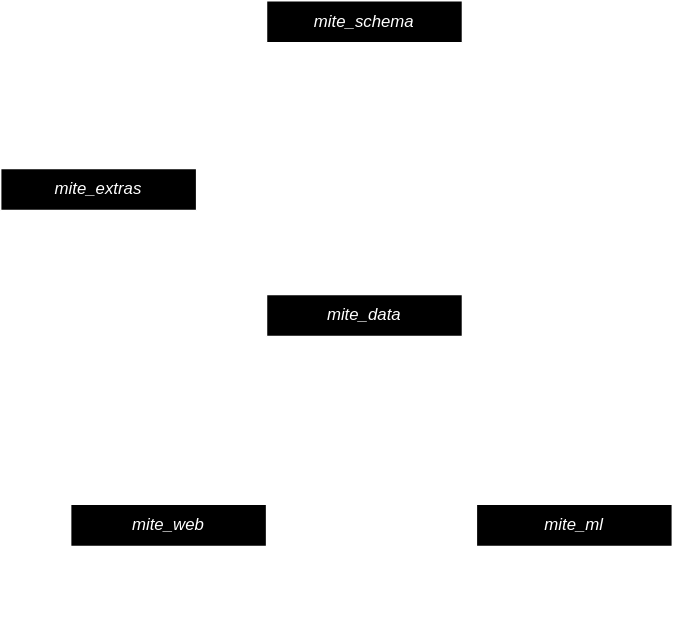
Before: profile/mite_standard_repo_dependency_graph.drawio.svg, a diagram exported from draw.io (mite-standard/.github). Source tidied: cells renumbered, new cells last; positions are measured from the earlier drawing's top-left corner, leaving out a move shared by most shapes.
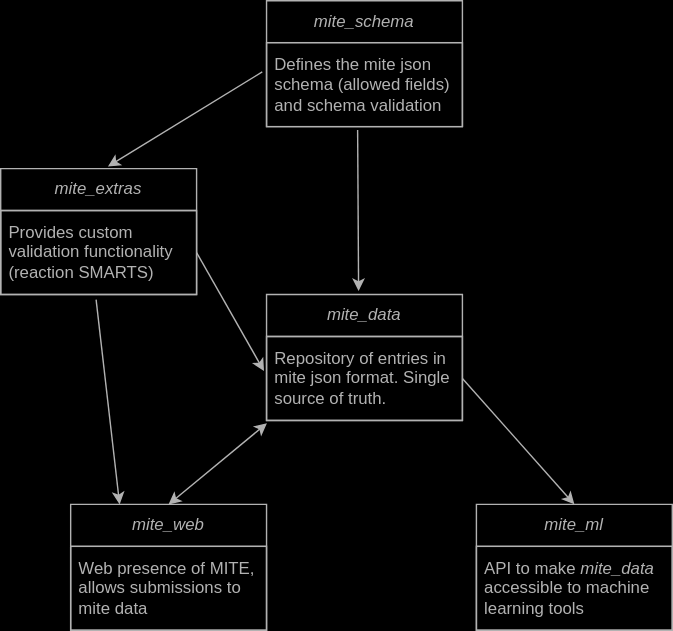
Later version of the same file.

Diff of the diagram source:
```diff
@@ -2,52 +2,52 @@
   <root>
     <mxCell id="0" />
     <mxCell id="1" parent="0" />
-    <mxCell id="2" value="&lt;i&gt;mite_schema&lt;/i&gt;" style="swimlane;fontStyle=0;horizontal=1;startSize=30;whiteSpace=wrap;html=1;" parent="1" vertex="1">
+    <mxCell id="2" value="&lt;i&gt;mite_schema&lt;/i&gt;" style="swimlane;fontStyle=0;horizontal=1;startSize=30;whiteSpace=wrap;html=1;fillColor=none;strokeColor=#4D4D4D;fontColor=#4D4D4D;" parent="1" vertex="1">
       <mxGeometry x="190" width="140" height="90" as="geometry" />
     </mxCell>
-    <mxCell id="3" value="&lt;div&gt;Defines the mite json schema (allowed fields) and schema validation&lt;br&gt;&lt;/div&gt;" style="text;strokeColor=none;fillColor=none;align=left;verticalAlign=middle;spacingLeft=4;spacingRight=4;overflow=hidden;points=[[0,0.5],[1,0.5]];portConstraint=eastwest;whiteSpace=wrap;html=1;" parent="2" vertex="1">
+    <mxCell id="3" value="&lt;div&gt;Defines the mite json schema (allowed fields) and schema validation&lt;br&gt;&lt;/div&gt;" style="text;fillColor=none;align=left;verticalAlign=middle;spacingLeft=4;spacingRight=4;overflow=hidden;points=[[0,0.5],[1,0.5]];portConstraint=eastwest;whiteSpace=wrap;html=1;strokeColor=#4D4D4D;fontColor=#4D4D4D;" parent="2" vertex="1">
       <mxGeometry y="30" width="140" height="60" as="geometry" />
     </mxCell>
-    <mxCell id="4" value="&lt;i&gt;mite_data&lt;/i&gt;" style="swimlane;fontStyle=0;horizontal=1;startSize=30;whiteSpace=wrap;html=1;" parent="1" vertex="1">
+    <mxCell id="4" value="&lt;i&gt;mite_data&lt;/i&gt;" style="swimlane;fontStyle=0;horizontal=1;startSize=30;whiteSpace=wrap;html=1;fillColor=none;strokeColor=#4D4D4D;fontColor=#4D4D4D;" parent="1" vertex="1">
       <mxGeometry x="190" y="210" width="140" height="90" as="geometry" />
     </mxCell>
-    <mxCell id="5" value="&lt;div&gt;Repository of entries in mite json format. Single source of truth.&lt;br&gt;&lt;/div&gt;" style="text;strokeColor=none;fillColor=none;align=left;verticalAlign=middle;spacingLeft=4;spacingRight=4;overflow=hidden;points=[[0,0.5],[1,0.5]];portConstraint=eastwest;whiteSpace=wrap;html=1;" parent="4" vertex="1">
+    <mxCell id="5" value="&lt;div&gt;Repository of entries in mite json format. Single source of truth.&lt;br&gt;&lt;/div&gt;" style="text;fillColor=none;align=left;verticalAlign=middle;spacingLeft=4;spacingRight=4;overflow=hidden;points=[[0,0.5],[1,0.5]];portConstraint=eastwest;whiteSpace=wrap;html=1;strokeColor=#4D4D4D;fontColor=#4D4D4D;" parent="4" vertex="1">
       <mxGeometry y="30" width="140" height="60" as="geometry" />
     </mxCell>
-    <mxCell id="6" value="&lt;i&gt;mite_extras&lt;/i&gt;" style="swimlane;fontStyle=0;horizontal=1;startSize=30;whiteSpace=wrap;html=1;" parent="1" vertex="1">
+    <mxCell id="6" value="&lt;i&gt;mite_extras&lt;/i&gt;" style="swimlane;fontStyle=0;horizontal=1;startSize=30;whiteSpace=wrap;html=1;fillColor=none;strokeColor=#4D4D4D;fontColor=#4D4D4D;" parent="1" vertex="1">
       <mxGeometry y="120" width="140" height="90" as="geometry" />
     </mxCell>
-    <mxCell id="7" value="Provides custom validation functionality (reaction SMARTS)" style="text;strokeColor=none;fillColor=none;align=left;verticalAlign=middle;spacingLeft=4;spacingRight=4;overflow=hidden;points=[[0,0.5],[1,0.5]];portConstraint=eastwest;whiteSpace=wrap;html=1;" parent="6" vertex="1">
+    <mxCell id="7" value="Provides custom validation functionality (reaction SMARTS)" style="text;fillColor=none;align=left;verticalAlign=middle;spacingLeft=4;spacingRight=4;overflow=hidden;points=[[0,0.5],[1,0.5]];portConstraint=eastwest;whiteSpace=wrap;html=1;strokeColor=#4D4D4D;fontColor=#4D4D4D;" parent="6" vertex="1">
       <mxGeometry y="30" width="140" height="60" as="geometry" />
     </mxCell>
-    <mxCell id="8" value="&lt;i&gt;mite_web&lt;/i&gt;" style="swimlane;fontStyle=0;horizontal=1;startSize=30;whiteSpace=wrap;html=1;" parent="1" vertex="1">
+    <mxCell id="8" value="&lt;i&gt;mite_web&lt;/i&gt;" style="swimlane;fontStyle=0;horizontal=1;startSize=30;whiteSpace=wrap;html=1;fillColor=none;strokeColor=#4D4D4D;fontColor=#4D4D4D;" parent="1" vertex="1">
       <mxGeometry x="50" y="360" width="140" height="90" as="geometry" />
     </mxCell>
-    <mxCell id="9" value="Web presence of MITE, allows submissions to mite data" style="text;strokeColor=none;fillColor=none;align=left;verticalAlign=middle;spacingLeft=4;spacingRight=4;overflow=hidden;whiteSpace=wrap;html=1;" parent="8" vertex="1">
+    <mxCell id="9" value="Web presence of MITE, allows submissions to mite data" style="text;fillColor=none;align=left;verticalAlign=middle;spacingLeft=4;spacingRight=4;overflow=hidden;whiteSpace=wrap;html=1;strokeColor=#4D4D4D;fontColor=#4D4D4D;" parent="8" vertex="1">
       <mxGeometry y="30" width="140" height="60" as="geometry" />
     </mxCell>
-    <mxCell id="10" value="&lt;i&gt;mite_ml&lt;/i&gt;" style="swimlane;fontStyle=0;horizontal=1;startSize=30;whiteSpace=wrap;html=1;" parent="1" vertex="1">
+    <mxCell id="10" value="&lt;i&gt;mite_ml&lt;/i&gt;" style="swimlane;fontStyle=0;horizontal=1;startSize=30;whiteSpace=wrap;html=1;fillColor=none;strokeColor=#4D4D4D;fontColor=#4D4D4D;" parent="1" vertex="1">
       <mxGeometry x="340" y="360" width="140" height="90" as="geometry" />
     </mxCell>
-    <mxCell id="11" value="API to make &lt;i&gt;mite_data&lt;/i&gt; accessible to machine learning tools" style="text;strokeColor=none;fillColor=none;align=left;verticalAlign=middle;spacingLeft=4;spacingRight=4;overflow=hidden;whiteSpace=wrap;html=1;" parent="10" vertex="1">
+    <mxCell id="11" value="API to make &lt;i&gt;mite_data&lt;/i&gt; accessible to machine learning tools" style="text;fillColor=none;align=left;verticalAlign=middle;spacingLeft=4;spacingRight=4;overflow=hidden;whiteSpace=wrap;html=1;strokeColor=#4D4D4D;fontColor=#4D4D4D;" parent="10" vertex="1">
       <mxGeometry y="30" width="140" height="60" as="geometry" />
     </mxCell>
-    <mxCell id="12" style="endArrow=classic;html=1;rounded=0;exitX=0.465;exitY=1.039;exitDx=0;exitDy=0;exitPerimeter=0;entryX=0.47;entryY=-0.028;entryDx=0;entryDy=0;entryPerimeter=0;" parent="1" edge="1" source="3" target="4">
+    <mxCell id="12" style="endArrow=classic;html=1;rounded=0;exitX=0.465;exitY=1.039;exitDx=0;exitDy=0;exitPerimeter=0;entryX=0.47;entryY=-0.028;entryDx=0;entryDy=0;entryPerimeter=0;fillColor=none;strokeColor=#4D4D4D;fontColor=#4D4D4D;" parent="1" edge="1" source="3" target="4">
       <mxGeometry relative="1" as="geometry" />
     </mxCell>
-    <mxCell id="13" style="endArrow=classic;html=1;rounded=0;exitX=-0.022;exitY=0.349;exitDx=0;exitDy=0;exitPerimeter=0;entryX=0.547;entryY=-0.016;entryDx=0;entryDy=0;entryPerimeter=0;" parent="1" edge="1" source="3" target="6">
+    <mxCell id="13" style="endArrow=classic;html=1;rounded=0;exitX=-0.022;exitY=0.349;exitDx=0;exitDy=0;exitPerimeter=0;entryX=0.547;entryY=-0.016;entryDx=0;entryDy=0;entryPerimeter=0;fillColor=none;strokeColor=#4D4D4D;fontColor=#4D4D4D;" parent="1" edge="1" source="3" target="6">
       <mxGeometry relative="1" as="geometry" />
     </mxCell>
-    <mxCell id="14" style="endArrow=classic;html=1;rounded=0;exitX=1;exitY=0.5;exitDx=0;exitDy=0;entryX=-0.013;entryY=0.412;entryDx=0;entryDy=0;entryPerimeter=0;" parent="1" edge="1" source="7" target="5">
+    <mxCell id="14" style="endArrow=classic;html=1;rounded=0;exitX=1;exitY=0.5;exitDx=0;exitDy=0;entryX=-0.013;entryY=0.412;entryDx=0;entryDy=0;entryPerimeter=0;fillColor=none;strokeColor=#4D4D4D;fontColor=#4D4D4D;" parent="1" edge="1" source="7" target="5">
       <mxGeometry relative="1" as="geometry" />
     </mxCell>
-    <mxCell id="15" style="endArrow=classic;startArrow=classic;html=1;rounded=0;exitX=0.5;exitY=0;exitDx=0;exitDy=0;entryX=0.002;entryY=1.033;entryDx=0;entryDy=0;entryPerimeter=0;" parent="1" edge="1" source="8" target="5">
+    <mxCell id="15" style="endArrow=classic;startArrow=classic;html=1;rounded=0;exitX=0.5;exitY=0;exitDx=0;exitDy=0;entryX=0.002;entryY=1.033;entryDx=0;entryDy=0;entryPerimeter=0;fillColor=none;strokeColor=#4D4D4D;fontColor=#4D4D4D;" parent="1" edge="1" source="8" target="5">
       <mxGeometry relative="1" as="geometry" />
     </mxCell>
-    <mxCell id="16" style="endArrow=classic;html=1;rounded=0;exitX=0.487;exitY=1.061;exitDx=0;exitDy=0;exitPerimeter=0;entryX=0.25;entryY=0;entryDx=0;entryDy=0;" parent="1" edge="1" source="7" target="8">
+    <mxCell id="16" style="endArrow=classic;html=1;rounded=0;exitX=0.487;exitY=1.061;exitDx=0;exitDy=0;exitPerimeter=0;entryX=0.25;entryY=0;entryDx=0;entryDy=0;fillColor=none;strokeColor=#4D4D4D;fontColor=#4D4D4D;" parent="1" edge="1" source="7" target="8">
       <mxGeometry relative="1" as="geometry" />
     </mxCell>
-    <mxCell id="17" style="endArrow=classic;html=1;rounded=0;exitX=1;exitY=0.5;exitDx=0;exitDy=0;entryX=0.5;entryY=0;entryDx=0;entryDy=0;" parent="1" edge="1" source="5" target="10">
+    <mxCell id="17" style="endArrow=classic;html=1;rounded=0;exitX=1;exitY=0.5;exitDx=0;exitDy=0;entryX=0.5;entryY=0;entryDx=0;entryDy=0;fillColor=none;strokeColor=#4D4D4D;fontColor=#4D4D4D;" parent="1" edge="1" source="5" target="10">
       <mxGeometry relative="1" as="geometry" />
     </mxCell>
   </root>
```
